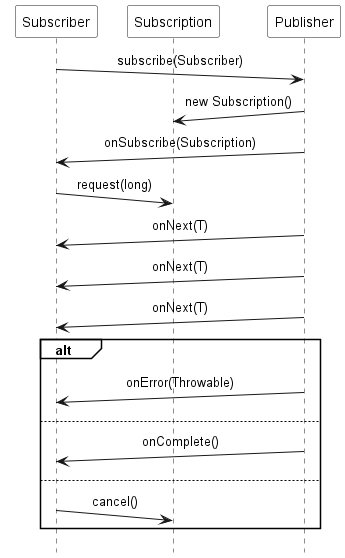
This is images/pattern_Reactive_Streams.png from ti-cortex-m4/demo-java-reactive-streams-old, a PlantUML export, as it was before one commit.
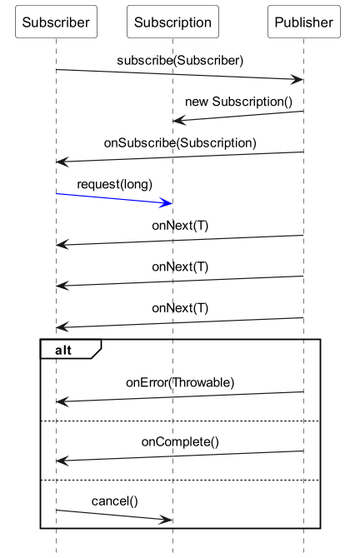
After the commit.

The edit, as a diff of the source:
```diff
@@ -1,11 +1,10 @@
 @startuml
 
-scale 1.0
+scale 1.2
 hide footbox
 
 !pragma teoz true
 
-skinparam monochrome true
 skinparam defaultFontName Source Sans Pro
 skinparam sequenceMessageAlign center
 skinparam participantBackgroundColor #white
@@ -21,7 +20,7 @@
 Publisher ->(10) Subscription : new Subscription()
 Publisher ->(10) Subscriber : onSubscribe(Subscription)
 
-Subscriber ->(10) Subscription : request(long)
+Subscriber -[#blue]>(10) Subscription : request(long)
 
 Publisher ->(10) Subscriber : onNext(T)
 Publisher ->(10) Subscriber : onNext(T)
```
